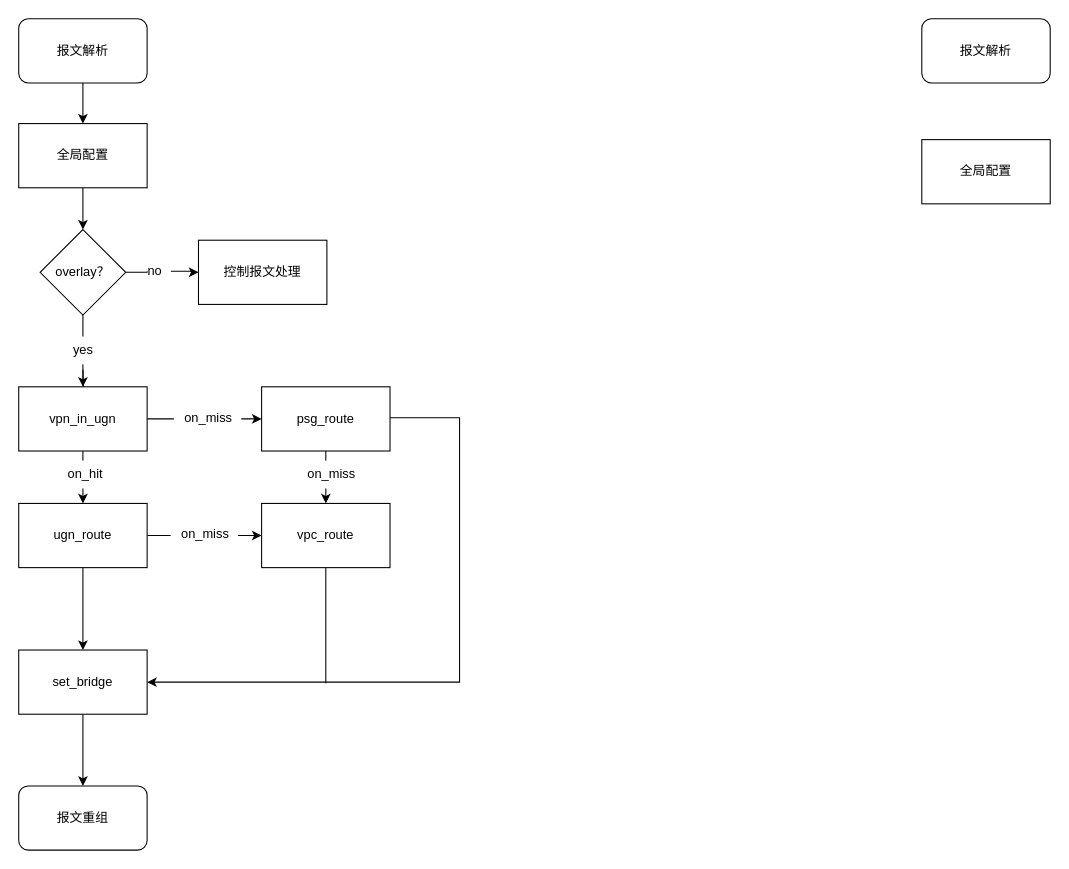
The draw.io diagram LRG.drawio in imoceanking/drawio, before the edit. Source tidied: cells renumbered, new cells numbered last; positions are measured from the earlier drawing's top-left corner, leaving out a move shared by most shapes. Both pictures are drawn from the tidied source at 107%, with x=0, y=0 at pixel (18, 18).
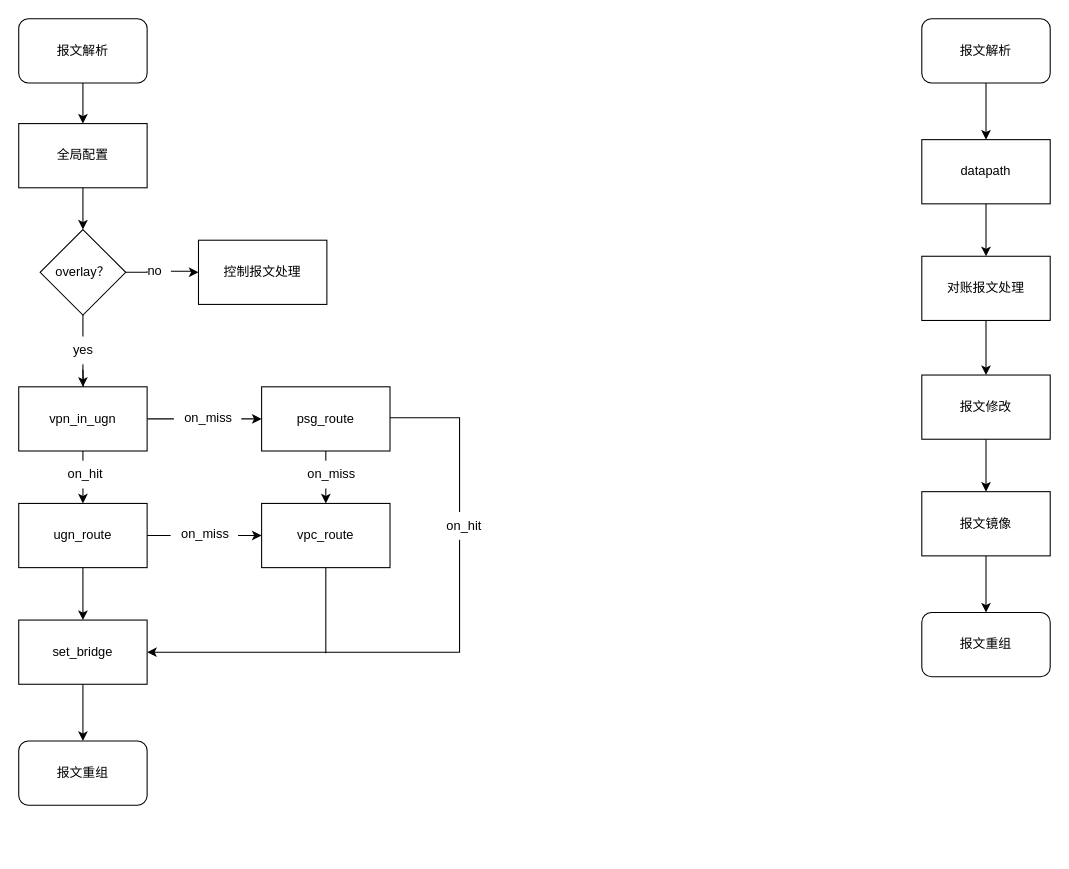
After the change.

Unchanged cells that the change refers to:
```xml
<mxCell id="13" value="vpc_route" style="whiteSpace=wrap;html=1;rounded=0;" parent="1" vertex="1">
  <mxGeometry x="227" y="453" width="120" height="60" as="geometry" />
</mxCell>
<mxCell id="32" value="报文解析" style="rounded=1;whiteSpace=wrap;html=1;" parent="1" vertex="1">
  <mxGeometry x="844" width="120" height="60" as="geometry" />
</mxCell>
```

Diff of the diagram source:
```diff
@@
     <mxCell id="24" value="set_bridge" style="whiteSpace=wrap;html=1;rounded=0;" parent="1" vertex="1">
-      <mxGeometry y="590" width="120" height="60" as="geometry" />
+      <mxGeometry y="562" width="120" height="60" as="geometry" />
     </mxCell>
@@
     <mxCell id="29" style="endArrow=classic;html=1;rounded=0;entryX=1;entryY=0.5;entryDx=0;entryDy=0;" parent="1" edge="1" target="24">
       <mxGeometry relative="1" as="geometry">
         <mxPoint x="347" y="373" as="sourcePoint" />
         <Array as="points">
           <mxPoint x="412" y="373" />
-          <mxPoint x="412" y="620" />
+          <mxPoint x="412" y="592" />
         </Array>
       </mxGeometry>
     </mxCell>
     <mxCell id="30" style="endArrow=none;html=1;rounded=0;entryX=0.5;entryY=1;entryDx=0;entryDy=0;" parent="1" edge="1" target="13">
       <mxGeometry relative="1" as="geometry">
-        <mxPoint x="287" y="621" as="sourcePoint" />
+        <mxPoint x="287" y="593" as="sourcePoint" />
       </mxGeometry>
     </mxCell>
     <mxCell id="31" value="报文重组" style="rounded=1;whiteSpace=wrap;html=1;" parent="1" vertex="1">
-      <mxGeometry y="717" width="120" height="60" as="geometry" />
+      <mxGeometry y="675" width="120" height="60" as="geometry" />
     </mxCell>
+    <mxCell id="34" style="edgeStyle=orthogonalEdgeStyle;rounded=0;jettySize=auto;html=1;" parent="1" edge="1" source="32" target="33">
+      <mxGeometry relative="1" as="geometry" />
+    </mxCell>
@@
+    <mxCell id="35" style="edgeStyle=orthogonalEdgeStyle;rounded=0;jettySize=auto;html=1;" parent="1" edge="1" source="33" target="37">
+      <mxGeometry relative="1" as="geometry" />
+    </mxCell>
-    <mxCell id="33" value="全局配置" style="rounded=0;whiteSpace=wrap;html=1;" parent="1" vertex="1">
+    <mxCell id="33" value="datapath" style="rounded=0;whiteSpace=wrap;html=1;" parent="1" vertex="1">
       <mxGeometry x="844" y="113" width="120" height="60" as="geometry" />
     </mxCell>
+    <mxCell id="36" style="edgeStyle=orthogonalEdgeStyle;rounded=0;jettySize=auto;html=1;" parent="1" edge="1" source="37" target="39">
+      <mxGeometry relative="1" as="geometry" />
+    </mxCell>
+    <mxCell id="37" value="对账报文处理" style="whiteSpace=wrap;html=1;rounded=0;" parent="1" vertex="1">
+      <mxGeometry x="844" y="222" width="120" height="60" as="geometry" />
+    </mxCell>
+    <mxCell id="38" style="edgeStyle=orthogonalEdgeStyle;rounded=0;jettySize=auto;html=1;" parent="1" edge="1" source="39" target="41">
+      <mxGeometry relative="1" as="geometry" />
+    </mxCell>
+    <mxCell id="39" value="报文修改" style="whiteSpace=wrap;html=1;rounded=0;" parent="1" vertex="1">
+      <mxGeometry x="844" y="333" width="120" height="60" as="geometry" />
+    </mxCell>
+    <mxCell id="40" style="edgeStyle=orthogonalEdgeStyle;rounded=0;jettySize=auto;html=1;" parent="1" edge="1" source="41" target="42">
+      <mxGeometry relative="1" as="geometry" />
+    </mxCell>
+    <mxCell id="41" value="报文镜像" style="whiteSpace=wrap;html=1;rounded=0;" parent="1" vertex="1">
+      <mxGeometry x="844" y="442" width="120" height="60" as="geometry" />
+    </mxCell>
+    <mxCell id="42" value="报文重组" style="rounded=1;whiteSpace=wrap;html=1;" parent="1" vertex="1">
+      <mxGeometry x="844" y="555" width="120" height="60" as="geometry" />
+    </mxCell>
+    <mxCell id="43" value="on_hit" style="text;html=1;align=center;verticalAlign=middle;strokeColor=none;fillColor=default;" parent="1" vertex="1">
+      <mxGeometry x="390" y="461" width="51" height="26" as="geometry" />
+    </mxCell>
```
